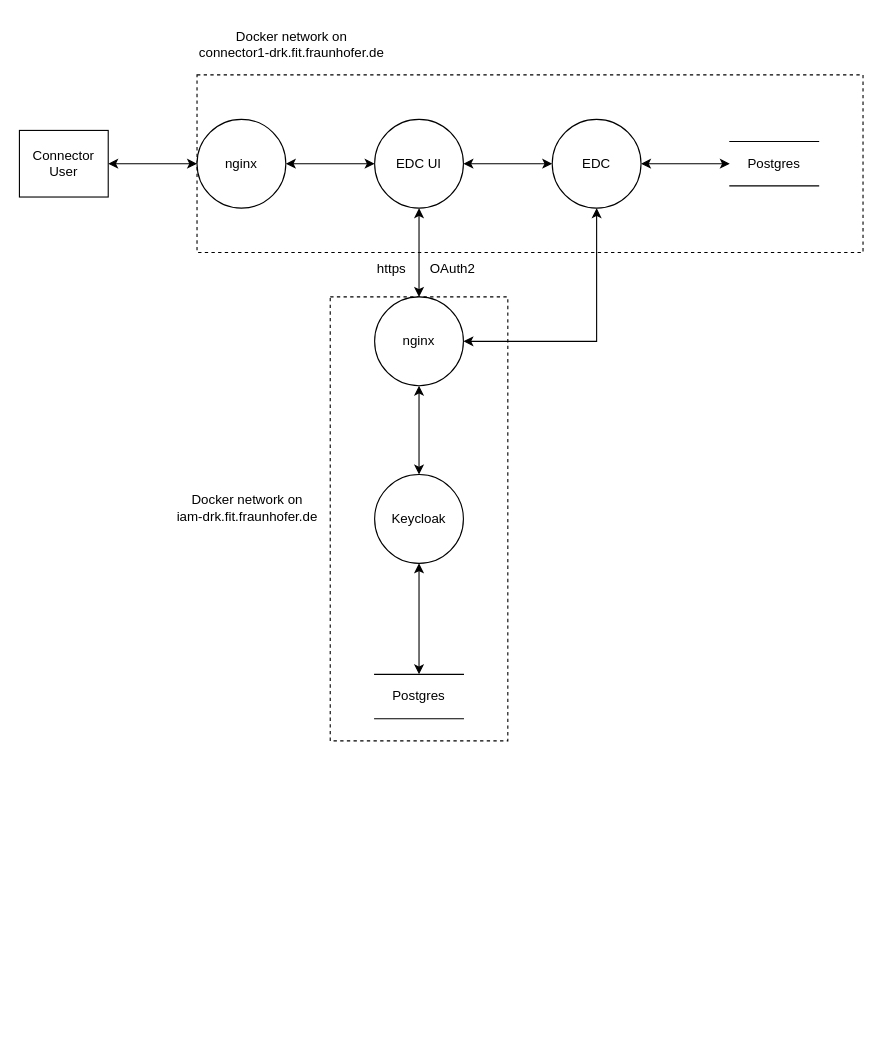
janniswarnat/draw.io-diagrams keeps this draw.io diagram as drk-data-flow.drawio. Above is the earlier version. Source tidied: cells renumbered, new cells numbered last; positions are measured from the earlier drawing's top-left corner, leaving out a move shared by most shapes. Both pictures are drawn from the tidied source at 111%, with x=0, y=0 at pixel (19, 19).
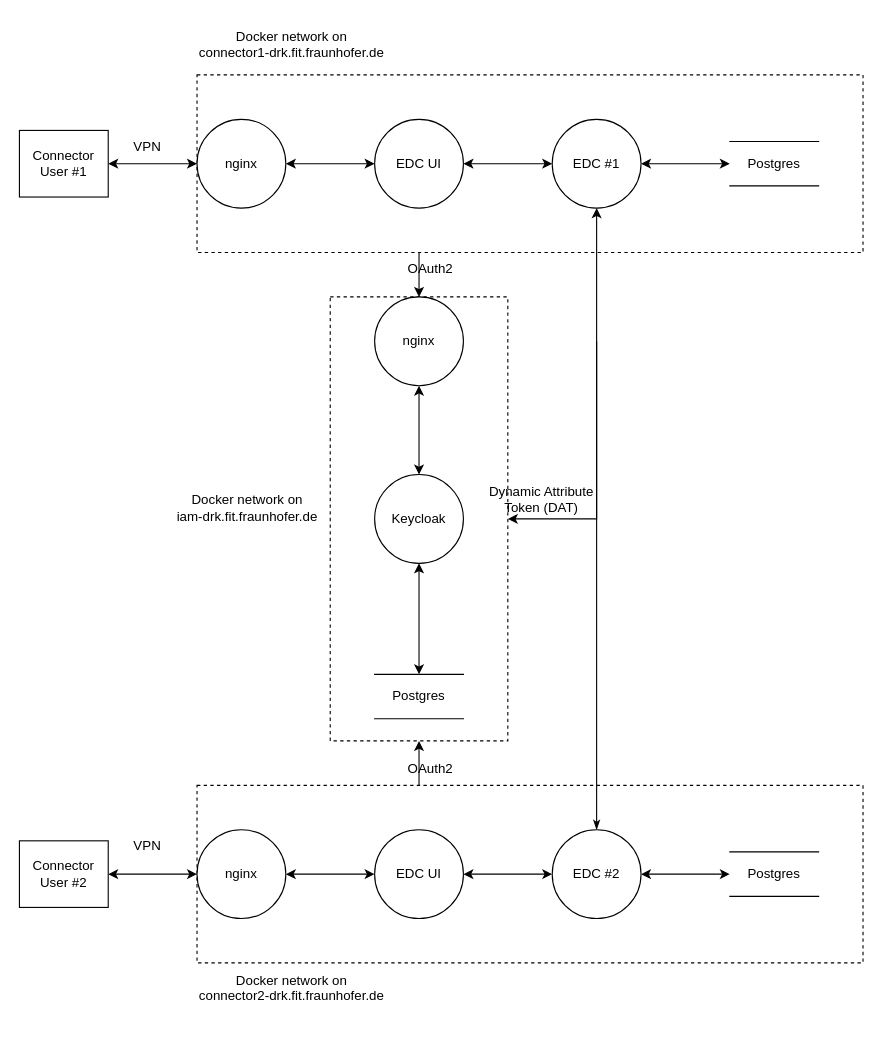
After the change.

Unchanged cells that the change refers to:
```xml
<mxCell id="7" style="html=1;dashed=1;whiteSpace=wrap;" parent="1" vertex="1">
  <mxGeometry x="280" y="250" width="160" height="400" as="geometry" />
</mxCell>
<mxCell id="15" value="nginx" style="shape=ellipse;html=1;dashed=0;whiteSpace=wrap;perimeter=ellipsePerimeter;" parent="1" vertex="1">
  <mxGeometry x="320" y="250" width="80" height="80" as="geometry" />
</mxCell>
```

Diff of the diagram source:
```diff
@@
-    <mxCell id="3" value="Connector User" style="html=1;dashed=0;whiteSpace=wrap;" parent="1" vertex="1">
+    <mxCell id="3" value="Connector User #1" style="html=1;dashed=0;whiteSpace=wrap;" parent="1" vertex="1">
       <mxGeometry y="100" width="80" height="60" as="geometry" />
     </mxCell>
-    <mxCell id="4" style="rounded=0;whiteSpace=wrap;html=1;dashed=1;" parent="1" vertex="1">
-      <mxGeometry x="160" y="50" width="600" height="160" as="geometry" />
-    </mxCell>
-    <mxCell id="5" style="edgeStyle=orthogonalEdgeStyle;rounded=0;jettySize=auto;html=1;startArrow=classic;startFill=1;" parent="1" edge="1" source="6" target="10">
-      <mxGeometry relative="1" as="geometry" />
-    </mxCell>
-    <mxCell id="6" value="nginx" style="shape=ellipse;html=1;dashed=0;whiteSpace=wrap;perimeter=ellipsePerimeter;" parent="1" vertex="1">
-      <mxGeometry x="160" y="90" width="80" height="80" as="geometry" />
-    </mxCell>
@@
-    <mxCell id="8" style="edgeStyle=orthogonalEdgeStyle;rounded=0;jettySize=auto;html=1;startArrow=classic;startFill=1;" parent="1" edge="1" source="10" target="12">
-      <mxGeometry relative="1" as="geometry" />
-    </mxCell>
@@
-    <mxCell id="10" value="EDC UI" style="shape=ellipse;html=1;dashed=0;whiteSpace=wrap;perimeter=ellipsePerimeter;" parent="1" vertex="1">
-      <mxGeometry x="320" y="90" width="80" height="80" as="geometry" />
-    </mxCell>
-    <mxCell id="11" style="edgeStyle=orthogonalEdgeStyle;rounded=0;jettySize=auto;html=1;startArrow=classic;startFill=1;" parent="1" edge="1" source="12" target="13">
-      <mxGeometry relative="1" as="geometry" />
-    </mxCell>
-    <mxCell id="12" value="EDC" style="shape=ellipse;html=1;dashed=0;whiteSpace=wrap;perimeter=ellipsePerimeter;" parent="1" vertex="1">
-      <mxGeometry x="480" y="90" width="80" height="80" as="geometry" />
-    </mxCell>
-    <mxCell id="13" value="Postgres" style="html=1;dashed=0;whiteSpace=wrap;shape=partialRectangle;right=0;left=0;" parent="1" vertex="1">
-      <mxGeometry x="640" y="110" width="80" height="40" as="geometry" />
-    </mxCell>
@@
     <mxCell id="19" value="OAuth2" style="text;html=1;align=center;verticalAlign=middle;strokeColor=none;fillColor=none;" parent="1" vertex="1">
-      <mxGeometry x="360" y="210" width="60" height="30" as="geometry" />
+      <mxGeometry x="340" y="210" width="60" height="30" as="geometry" />
     </mxCell>
-    <mxCell id="20" value="https" style="text;html=1;align=center;verticalAlign=middle;strokeColor=none;fillColor=none;" parent="1" vertex="1">
-      <mxGeometry x="310" y="210" width="50" height="30" as="geometry" />
-    </mxCell>
@@
+    <mxCell id="24" style="group;" parent="1" vertex="1">
+      <mxGeometry x="150" width="610" height="210" as="geometry" />
+    </mxCell>
+    <mxCell id="4" style="rounded=0;whiteSpace=wrap;html=1;dashed=1;" parent="24" vertex="1">
+      <mxGeometry x="10" y="50" width="600" height="160" as="geometry" />
+    </mxCell>
+    <mxCell id="5" style="edgeStyle=orthogonalEdgeStyle;rounded=0;jettySize=auto;html=1;startArrow=classic;startFill=1;" parent="24" edge="1" source="6" target="10">
+      <mxGeometry relative="1" as="geometry" />
+    </mxCell>
+    <mxCell id="6" value="nginx" style="shape=ellipse;html=1;dashed=0;whiteSpace=wrap;perimeter=ellipsePerimeter;" parent="24" vertex="1">
+      <mxGeometry x="10" y="90" width="80" height="80" as="geometry" />
+    </mxCell>
+    <mxCell id="8" style="edgeStyle=orthogonalEdgeStyle;rounded=0;jettySize=auto;html=1;startArrow=classic;startFill=1;" parent="24" edge="1" source="10" target="12">
+      <mxGeometry relative="1" as="geometry" />
+    </mxCell>
+    <mxCell id="10" value="EDC UI" style="shape=ellipse;html=1;dashed=0;whiteSpace=wrap;perimeter=ellipsePerimeter;" parent="24" vertex="1">
+      <mxGeometry x="170" y="90" width="80" height="80" as="geometry" />
+    </mxCell>
+    <mxCell id="11" style="edgeStyle=orthogonalEdgeStyle;rounded=0;jettySize=auto;html=1;startArrow=classic;startFill=1;" parent="24" edge="1" source="12" target="13">
+      <mxGeometry relative="1" as="geometry" />
+    </mxCell>
+    <mxCell id="12" value="EDC #1" style="shape=ellipse;html=1;dashed=0;whiteSpace=wrap;perimeter=ellipsePerimeter;" parent="24" vertex="1">
+      <mxGeometry x="330" y="90" width="80" height="80" as="geometry" />
+    </mxCell>
+    <mxCell id="13" value="Postgres" style="html=1;dashed=0;whiteSpace=wrap;shape=partialRectangle;right=0;left=0;" parent="24" vertex="1">
+      <mxGeometry x="490" y="110" width="80" height="40" as="geometry" />
+    </mxCell>
-    <mxCell id="22" value="Docker network on&lt;div&gt;connector1-drk.fit.fraunhofer.de&lt;div&gt;&lt;br&gt;&lt;/div&gt;&lt;/div&gt;" style="text;html=1;align=center;verticalAlign=middle;strokeColor=none;fillColor=none;" parent="1" vertex="1">
-      <mxGeometry x="150" width="190" height="60" as="geometry" />
+    <mxCell id="22" value="Docker network on&lt;div&gt;connector1-drk.fit.fraunhofer.de&lt;div&gt;&lt;br&gt;&lt;/div&gt;&lt;/div&gt;" style="text;html=1;align=center;verticalAlign=middle;strokeColor=none;fillColor=none;" parent="24" vertex="1">
+      <mxGeometry width="190" height="60" as="geometry" />
     </mxCell>
-    <mxCell id="23" style="endArrow=classic;startArrow=classic;html=1;rounded=0;exitX=1;exitY=0.5;exitDx=0;exitDy=0;" parent="1" edge="1" source="15" target="12">
+    <mxCell id="23" style="endArrow=classic;startArrow=classic;html=1;rounded=0;exitX=1;exitY=0.5;exitDx=0;exitDy=0;" parent="1" edge="1" source="7" target="12">
       <mxGeometry relative="1" as="geometry">
         <Array as="points">
-          <mxPoint x="520" y="290" />
+          <mxPoint x="520" y="450" />
         </Array>
       </mxGeometry>
     </mxCell>
+    <mxCell id="25" value="Dynamic Attribute&lt;div&gt;Token (DAT)&lt;div&gt;&lt;br&gt;&lt;/div&gt;&lt;/div&gt;" style="text;html=1;align=center;verticalAlign=middle;strokeColor=none;fillColor=none;" parent="1" vertex="1">
+      <mxGeometry x="410" y="410" width="120" height="60" as="geometry" />
+    </mxCell>
+    <mxCell id="26" style="edgeStyle=orthogonalEdgeStyle;rounded=0;jettySize=auto;html=1;startArrow=classic;startFill=1;" parent="1" edge="1" source="27" target="34">
+      <mxGeometry relative="1" as="geometry" />
+    </mxCell>
+    <mxCell id="27" value="Connector User #2" style="html=1;dashed=0;whiteSpace=wrap;" parent="1" vertex="1">
+      <mxGeometry y="740" width="80" height="60" as="geometry" />
+    </mxCell>
+    <mxCell id="28" style="edgeStyle=orthogonalEdgeStyle;rounded=0;jettySize=auto;html=1;entryX=0.5;entryY=1;entryDx=0;entryDy=0;" parent="1" edge="1" source="36" target="7">
+      <mxGeometry relative="1" as="geometry" />
+    </mxCell>
+    <mxCell id="29" value="OAuth2" style="text;html=1;align=center;verticalAlign=middle;strokeColor=none;fillColor=none;" parent="1" vertex="1">
+      <mxGeometry x="340" y="660" width="60" height="30" as="geometry" />
+    </mxCell>
+    <mxCell id="30" value="VPN" style="text;html=1;align=center;verticalAlign=middle;strokeColor=none;fillColor=none;" parent="1" vertex="1">
+      <mxGeometry x="90" y="100" width="50" height="30" as="geometry" />
+    </mxCell>
+    <mxCell id="31" value="VPN" style="text;html=1;align=center;verticalAlign=middle;strokeColor=none;fillColor=none;" parent="1" vertex="1">
+      <mxGeometry x="90" y="730" width="50" height="30" as="geometry" />
+    </mxCell>
+    <mxCell id="32" style="rounded=0;whiteSpace=wrap;html=1;dashed=1;" parent="1" vertex="1">
+      <mxGeometry x="160" y="690" width="600" height="160" as="geometry" />
+    </mxCell>
+    <mxCell id="33" style="edgeStyle=orthogonalEdgeStyle;rounded=0;jettySize=auto;html=1;startArrow=classic;startFill=1;" parent="1" edge="1" source="34" target="36">
+      <mxGeometry relative="1" as="geometry" />
+    </mxCell>
+    <mxCell id="34" value="nginx" style="shape=ellipse;html=1;dashed=0;whiteSpace=wrap;perimeter=ellipsePerimeter;" parent="1" vertex="1">
+      <mxGeometry x="160" y="730" width="80" height="80" as="geometry" />
+    </mxCell>
+    <mxCell id="35" style="edgeStyle=orthogonalEdgeStyle;rounded=0;jettySize=auto;html=1;startArrow=classic;startFill=1;" parent="1" edge="1" source="36" target="39">
+      <mxGeometry relative="1" as="geometry" />
+    </mxCell>
+    <mxCell id="36" value="EDC UI" style="shape=ellipse;html=1;dashed=0;whiteSpace=wrap;perimeter=ellipsePerimeter;" parent="1" vertex="1">
+      <mxGeometry x="320" y="730" width="80" height="80" as="geometry" />
+    </mxCell>
+    <mxCell id="37" style="edgeStyle=orthogonalEdgeStyle;rounded=0;jettySize=auto;html=1;startArrow=classic;startFill=1;" parent="1" edge="1" source="39" target="40">
+      <mxGeometry relative="1" as="geometry" />
+    </mxCell>
+    <mxCell id="38" style="edgeStyle=orthogonalEdgeStyle;rounded=0;jettySize=auto;html=1;startArrow=classicThin;startFill=1;endArrow=none;endFill=0;" parent="1" edge="1" source="39">
+      <mxGeometry relative="1" as="geometry">
+        <mxPoint x="520" y="290" as="targetPoint" />
+      </mxGeometry>
+    </mxCell>
+    <mxCell id="39" value="EDC #2" style="shape=ellipse;html=1;dashed=0;whiteSpace=wrap;perimeter=ellipsePerimeter;" parent="1" vertex="1">
+      <mxGeometry x="480" y="730" width="80" height="80" as="geometry" />
+    </mxCell>
+    <mxCell id="40" value="Postgres" style="html=1;dashed=0;whiteSpace=wrap;shape=partialRectangle;right=0;left=0;" parent="1" vertex="1">
+      <mxGeometry x="640" y="750" width="80" height="40" as="geometry" />
+    </mxCell>
+    <mxCell id="41" value="Docker network on&lt;div&gt;connector2-drk.fit.fraunhofer.de&lt;div&gt;&lt;br&gt;&lt;/div&gt;&lt;/div&gt;" style="text;html=1;align=center;verticalAlign=middle;strokeColor=none;fillColor=none;" parent="1" vertex="1">
+      <mxGeometry x="150" y="850" width="190" height="60" as="geometry" />
+    </mxCell>
```
